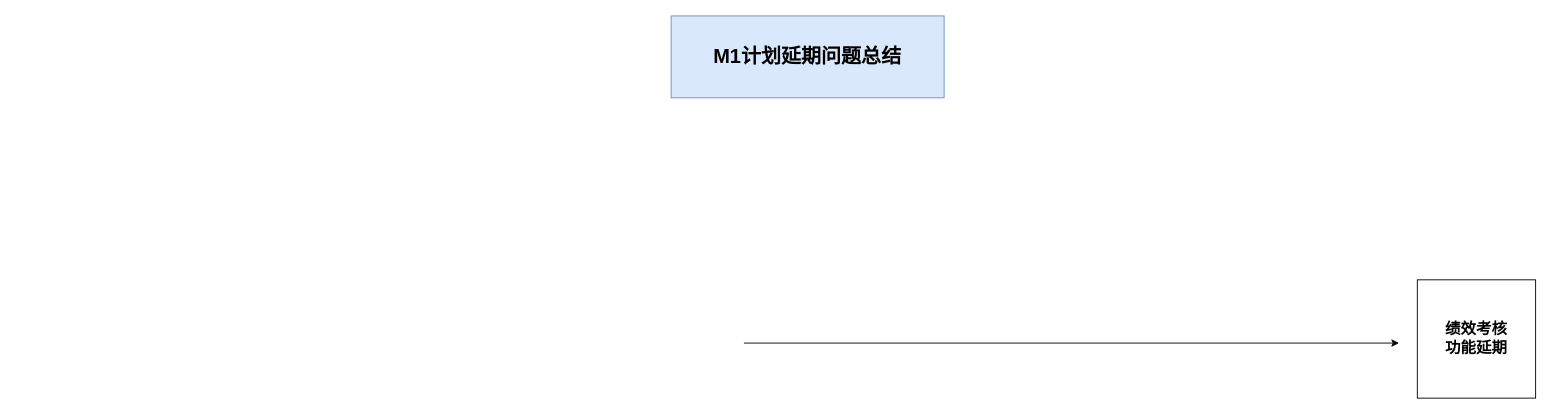
Earlier version of the draw.io diagram 鱼骨图（2022年1月计划延期说明）.drawio (heianqishizhisuiyuan/diagrams). Source tidied: cells renumbered, new cells numbered last; positions are measured from the earlier drawing's top-left corner, leaving out a move shared by most shapes. Both pictures are drawn from the tidied source at 91%, with x=0, y=0 at pixel (671, 15).
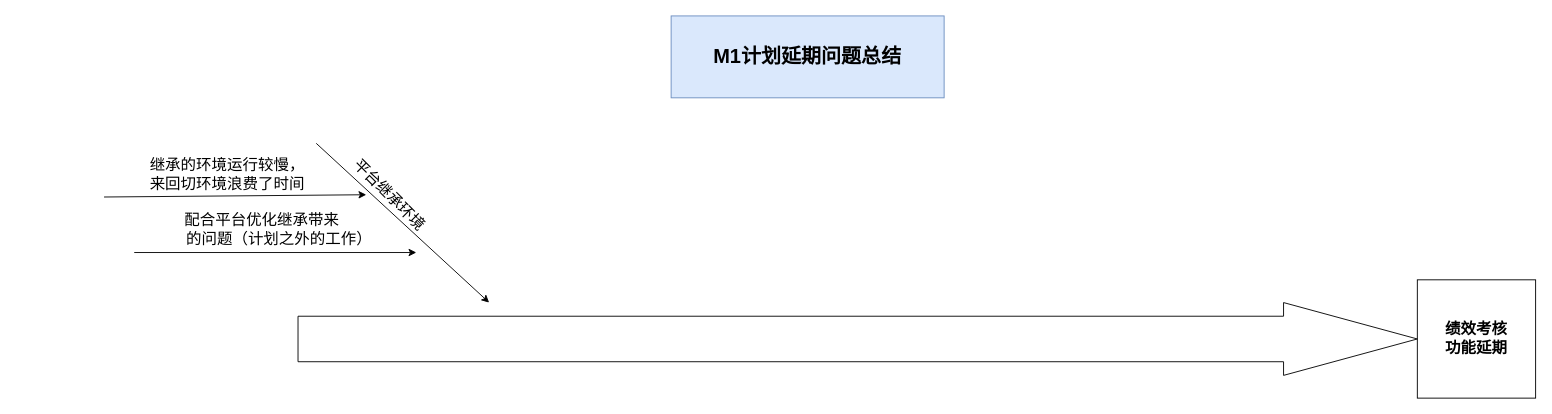
The same diagram, later.

The edit, as a diff of the source:
```diff
@@
 <mxGraphModel>
   <root>
     <mxCell id="0" />
     <mxCell id="1" parent="0" />
-    <mxCell id="2" style="endArrow=classic;html=1;rounded=0;" parent="1" edge="1">
-      <mxGeometry relative="1" as="geometry">
-        <mxPoint x="80" y="359.5" as="sourcePoint" />
-        <mxPoint x="800" y="359.5" as="targetPoint" />
-      </mxGeometry>
-    </mxCell>
     <mxCell id="3" value="绩效考核&lt;br style=&quot;font-size: 17px;&quot;&gt;功能延期" style="whiteSpace=wrap;html=1;fontStyle=1;fontSize=17;" parent="1" vertex="1">
       <mxGeometry x="820" y="290" width="130" height="130" as="geometry" />
     </mxCell>
     <mxCell id="4" value="M1计划延期问题总结" style="rounded=0;whiteSpace=wrap;html=1;fontStyle=1;fontSize=22;labelBackgroundColor=none;fillColor=#dae8fc;strokeColor=#6c8ebf;" parent="1" vertex="1">
       <mxGeometry width="300" height="90" as="geometry" />
     </mxCell>
+    <mxCell id="5" style="shape=singleArrow;whiteSpace=wrap;html=1;labelBackgroundColor=none;fontSize=17;arrowWidth=0.625;arrowSize=0.11951219512195121;" parent="1" vertex="1">
+      <mxGeometry x="-410" y="315" width="1230" height="80" as="geometry" />
+    </mxCell>
+    <mxCell id="6" style="endArrow=classic;html=1;rounded=0;fontSize=17;" parent="1" edge="1">
+      <mxGeometry relative="1" as="geometry">
+        <mxPoint x="-390" y="140" as="sourcePoint" />
+        <mxPoint x="-200" y="315" as="targetPoint" />
+      </mxGeometry>
+    </mxCell>
+    <mxCell id="7" value="平台继承环境" style="text;html=1;align=center;verticalAlign=middle;strokeColor=none;fillColor=none;fontSize=17;rotation=45;" parent="1" vertex="1">
+      <mxGeometry x="-370" y="182" width="120" height="30" as="geometry" />
+    </mxCell>
+    <mxCell id="8" style="endArrow=classic;html=1;rounded=0;fontSize=17;exitX=0.269;exitY=0.98;exitDx=0;exitDy=0;exitPerimeter=0;" parent="1" edge="1" source="9">
+      <mxGeometry relative="1" as="geometry">
+        <mxPoint x="-335" y="196.5" as="targetPoint" />
+      </mxGeometry>
+    </mxCell>
+    <mxCell id="9" value="&amp;nbsp; &amp;nbsp; &amp;nbsp; &amp;nbsp; &amp;nbsp; &amp;nbsp; &amp;nbsp; &amp;nbsp; &amp;nbsp; &amp;nbsp; &amp;nbsp; 继承的环境运行较慢，&lt;br&gt;&amp;nbsp; &amp;nbsp; &amp;nbsp; &amp;nbsp; &amp;nbsp; &amp;nbsp; &amp;nbsp; &amp;nbsp; &amp;nbsp; &amp;nbsp; &amp;nbsp; &amp;nbsp; &amp;nbsp; &amp;nbsp; &amp;nbsp;来回切环境浪费了时间&amp;nbsp; &amp;nbsp; &amp;nbsp; &amp;nbsp;" style="text;html=1;align=center;verticalAlign=middle;points=[];strokeColor=none;fillColor=none;fontSize=17;" parent="1" vertex="1">
+      <mxGeometry x="-720" y="150" width="360" height="50" as="geometry" />
+    </mxCell>
+    <mxCell id="10" value="配合平台优化继承带来&lt;br&gt;&amp;nbsp; &amp;nbsp; &amp;nbsp; &amp;nbsp; 的问题（计划之外的工作）" style="text;html=1;align=center;verticalAlign=middle;strokeColor=none;fillColor=none;fontSize=17;" parent="1" vertex="1">
+      <mxGeometry x="-580" y="210" width="260" height="50" as="geometry" />
+    </mxCell>
+    <mxCell id="11" style="endArrow=classic;html=1;rounded=0;fontSize=17;" parent="1" edge="1">
+      <mxGeometry relative="1" as="geometry">
+        <mxPoint x="-590" y="260" as="sourcePoint" />
+        <mxPoint x="-280" y="260" as="targetPoint" />
+      </mxGeometry>
+    </mxCell>
   </root>
 </mxGraphModel>
```
